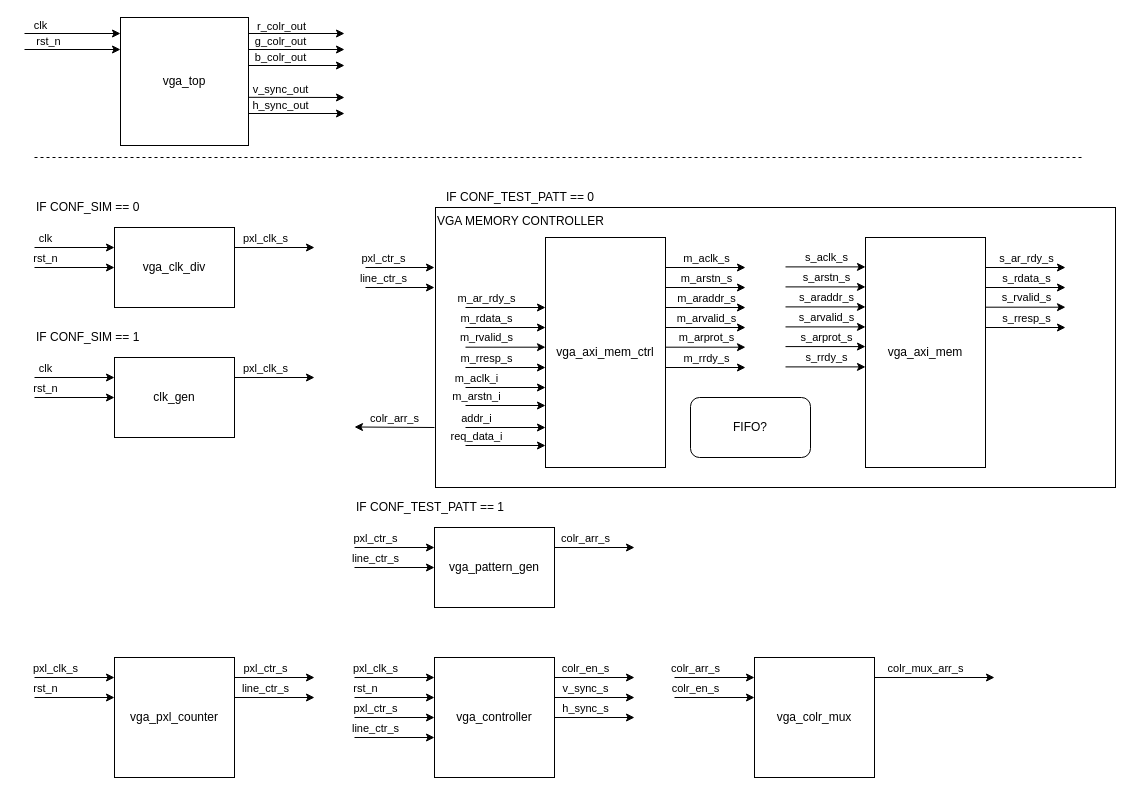
Above: page "vga_arch_int_BRAM" (3 of 5) of docs/top_lvl_block_diagram.drawio in T-Szymk/VGA_Controller (draw.io), before the change. Source tidied: cells renumbered, new cells numbered last; positions are measured from the earlier drawing's top-left corner, leaving out a move shared by most shapes. Both pictures are drawn from the tidied source at 100%, with x=0, y=0 at pixel (24, 17).
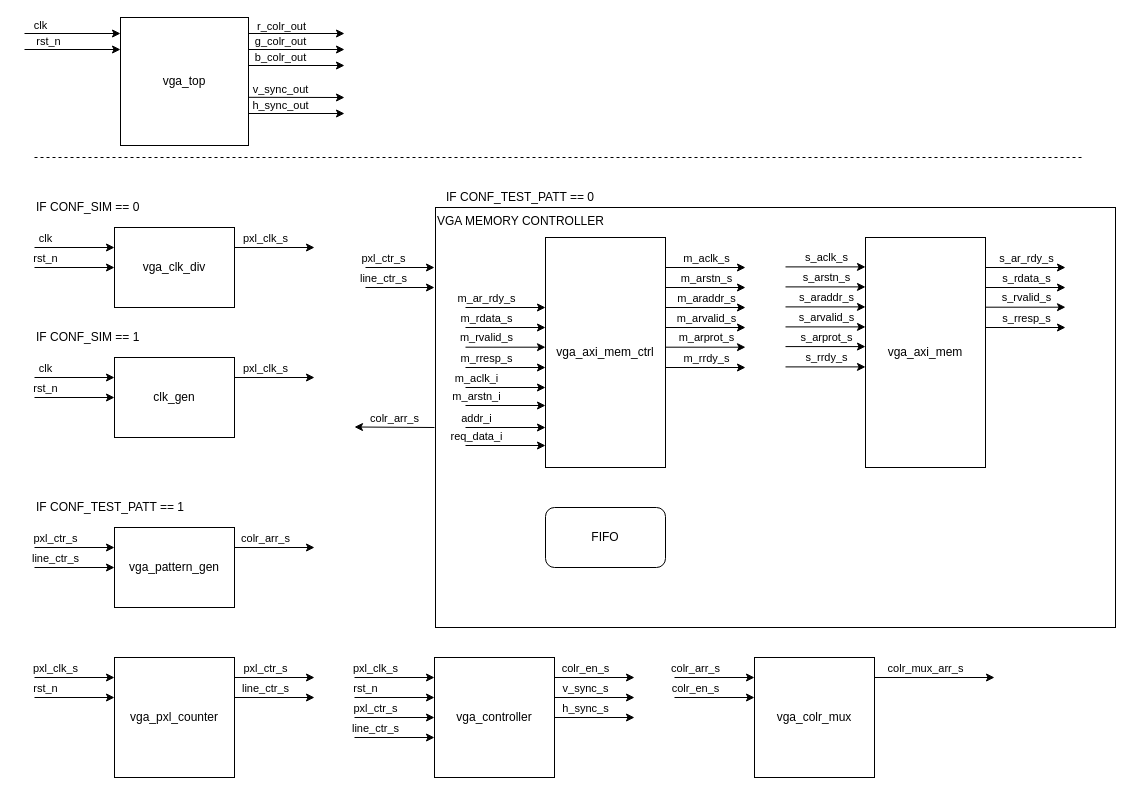
The same page after the edit.

Commit message:
added information on BRAM for VGA memory

Diff of the diagram source:
```diff
@@
     <mxCell id="2" value="VGA MEMORY CONTROLLER" style="rounded=0;whiteSpace=wrap;html=1;fillColor=default;align=left;verticalAlign=top;" parent="1" vertex="1">
-      <mxGeometry x="411" y="190" width="680" height="280" as="geometry" />
+      <mxGeometry x="411" y="190" width="680" height="420" as="geometry" />
     </mxCell>
@@
     <mxCell id="17" value="vga_pattern_gen" style="rounded=0;whiteSpace=wrap;html=1;" parent="1" vertex="1">
-      <mxGeometry x="410" y="510" width="120" height="80" as="geometry" />
+      <mxGeometry x="90" y="510" width="120" height="80" as="geometry" />
     </mxCell>
@@
     <mxCell id="54" style="endArrow=classic;html=1;rounded=0;entryX=0;entryY=0.25;entryDx=0;entryDy=0;" parent="1" edge="1">
       <mxGeometry relative="1" as="geometry">
-        <mxPoint x="330" y="530" as="sourcePoint" />
-        <mxPoint x="410" y="530" as="targetPoint" />
+        <mxPoint x="10" y="530" as="sourcePoint" />
+        <mxPoint x="90" y="530" as="targetPoint" />
       </mxGeometry>
     </mxCell>
@@
     <mxCell id="56" style="endArrow=classic;html=1;rounded=0;entryX=0;entryY=0.25;entryDx=0;entryDy=0;" parent="1" edge="1">
       <mxGeometry relative="1" as="geometry">
-        <mxPoint x="330" y="550" as="sourcePoint" />
-        <mxPoint x="410" y="550" as="targetPoint" />
+        <mxPoint x="10" y="550" as="sourcePoint" />
+        <mxPoint x="90" y="550" as="targetPoint" />
       </mxGeometry>
     </mxCell>
@@
     <mxCell id="58" style="endArrow=classic;html=1;rounded=0;entryX=0;entryY=0.25;entryDx=0;entryDy=0;" parent="1" edge="1">
       <mxGeometry relative="1" as="geometry">
-        <mxPoint x="530" y="530" as="sourcePoint" />
-        <mxPoint x="610" y="530" as="targetPoint" />
+        <mxPoint x="210" y="530" as="sourcePoint" />
+        <mxPoint x="290" y="530" as="targetPoint" />
       </mxGeometry>
     </mxCell>
@@
     <mxCell id="60" value="IF CONF_TEST_PATT == 1" style="text;html=1;align=left;verticalAlign=middle;strokeColor=none;fillColor=none;" parent="1" vertex="1">
-      <mxGeometry x="330" y="480" width="160" height="20" as="geometry" />
+      <mxGeometry x="10" y="480" width="160" height="20" as="geometry" />
     </mxCell>
@@
-    <mxCell id="119" value="FIFO?" style="rounded=1;whiteSpace=wrap;html=1;" parent="1" vertex="1">
-      <mxGeometry x="666" y="380" width="120" height="60" as="geometry" />
+    <mxCell id="119" value="FIFO" style="rounded=1;whiteSpace=wrap;html=1;" parent="1" vertex="1">
+      <mxGeometry x="521" y="490" width="120" height="60" as="geometry" />
     </mxCell>
```
